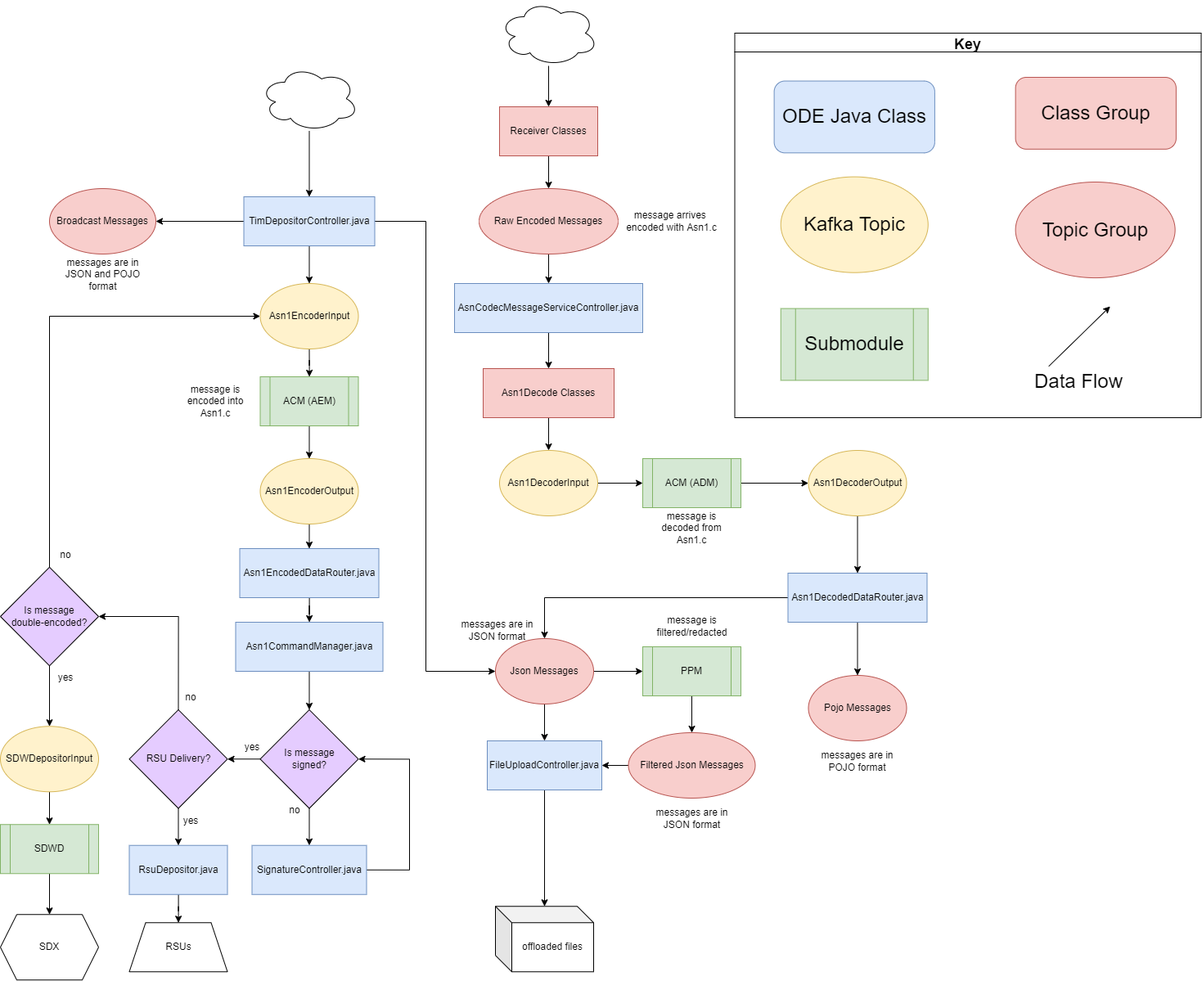
The draw.io diagram docs/data-flow-diagrams/ODE Data Flow Overview.drawio.png in usdot-jpo-ode/jpo-ode, before a commit. Source tidied: cells renumbered, new cells last; positions are measured from the earlier drawing's top-left corner, leaving out a move shared by most shapes.
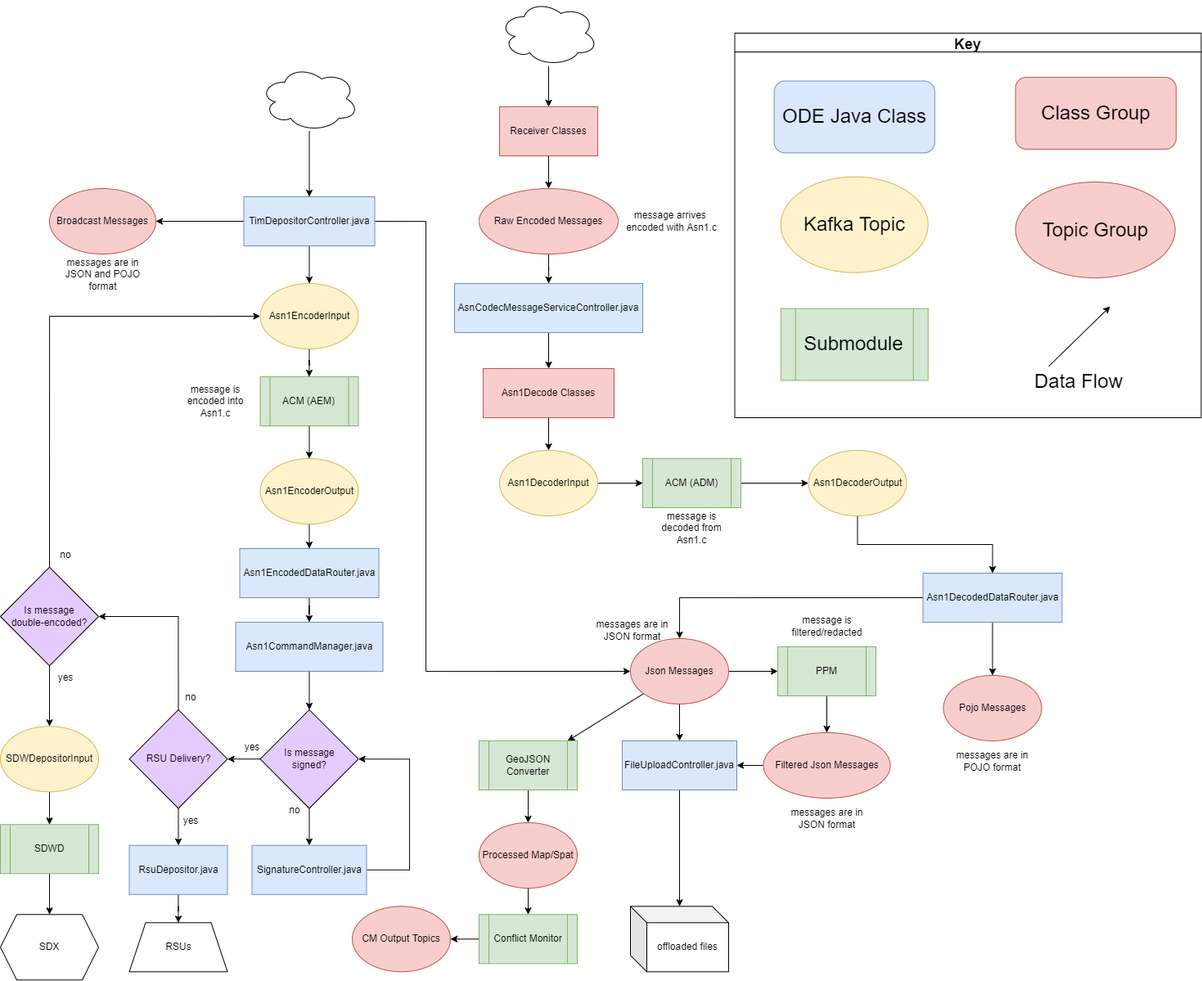
Above is the later version.

Commit message:
Updated data flow diagrams to include GeoJSON Converter & Conflict Monitor modules.

What changed in the source:
```diff
@@ -9,7 +9,7 @@
       <mxGeometry relative="1" as="geometry" />
     </mxCell>
     <mxCell id="4" value="Asn1DecodedDataRouter.java" style="rounded=0;whiteSpace=wrap;html=1;fillColor=#dae8fc;strokeColor=#6c8ebf;" parent="1" vertex="1">
-      <mxGeometry x="962.5" y="700" width="170" height="60" as="geometry" />
+      <mxGeometry x="1127.5" y="700" width="170" height="60" as="geometry" />
     </mxCell>
     <mxCell id="5" style="edgeStyle=orthogonalEdgeStyle;rounded=0;jettySize=auto;html=1;entryX=0;entryY=0.5;entryDx=0;entryDy=0;" parent="1" edge="1" source="6" target="12">
       <mxGeometry relative="1" as="geometry" />
@@ -39,7 +39,7 @@
       <mxGeometry relative="1" as="geometry" />
     </mxCell>
     <mxCell id="14" value="FileUploadController.java" style="rounded=0;whiteSpace=wrap;html=1;fillColor=#dae8fc;strokeColor=#6c8ebf;" parent="1" vertex="1">
-      <mxGeometry x="595" y="905" width="140" height="60" as="geometry" />
+      <mxGeometry x="760" y="905" width="140" height="60" as="geometry" />
     </mxCell>
     <mxCell id="15" style="edgeStyle=orthogonalEdgeStyle;rounded=0;jettySize=auto;html=1;entryX=0.5;entryY=0;entryDx=0;entryDy=0;" parent="1" edge="1" source="16" target="18">
       <mxGeometry relative="1" as="geometry" />
@@ -60,7 +60,7 @@
       <mxGeometry x="590" y="450" width="160" height="60" as="geometry" />
     </mxCell>
     <mxCell id="21" value="Pojo Messages" style="ellipse;whiteSpace=wrap;html=1;fillColor=#f8cecc;strokeColor=#b85450;" parent="1" vertex="1">
-      <mxGeometry x="987.5" y="825" width="120" height="80" as="geometry" />
+      <mxGeometry x="1152.5" y="825" width="120" height="80" as="geometry" />
     </mxCell>
     <mxCell id="22" style="edgeStyle=orthogonalEdgeStyle;rounded=0;jettySize=auto;html=1;" parent="1" edge="1" source="24" target="30">
       <mxGeometry relative="1" as="geometry" />
@@ -68,8 +68,11 @@
     <mxCell id="23" style="edgeStyle=orthogonalEdgeStyle;rounded=0;jettySize=auto;html=1;" parent="1" edge="1" source="24" target="14">
       <mxGeometry relative="1" as="geometry" />
     </mxCell>
+    <mxCell id="90" style="rounded=0;jettySize=auto;html=1;" parent="1" edge="1" source="24" target="92">
+      <mxGeometry relative="1" as="geometry" />
+    </mxCell>
     <mxCell id="24" value="Json Messages" style="ellipse;whiteSpace=wrap;html=1;fillColor=#f8cecc;strokeColor=#b85450;" parent="1" vertex="1">
-      <mxGeometry x="605" y="780" width="120" height="80" as="geometry" />
+      <mxGeometry x="770" y="780" width="120" height="80" as="geometry" />
     </mxCell>
     <mxCell id="25" style="edgeStyle=orthogonalEdgeStyle;rounded=0;jettySize=auto;html=1;entryX=0.5;entryY=0;entryDx=0;entryDy=0;" parent="1" edge="1" source="28" target="40">
       <mxGeometry relative="1" as="geometry" />
@@ -92,13 +95,13 @@
       <mxGeometry relative="1" as="geometry" />
     </mxCell>
     <mxCell id="30" value="PPM" style="shape=process;whiteSpace=wrap;html=1;backgroundOutline=1;fillColor=#d5e8d4;strokeColor=#82b366;" parent="1" vertex="1">
-      <mxGeometry x="785" y="790" width="120" height="60" as="geometry" />
+      <mxGeometry x="950" y="790" width="120" height="60" as="geometry" />
     </mxCell>
     <mxCell id="31" style="edgeStyle=orthogonalEdgeStyle;rounded=0;jettySize=auto;html=1;" parent="1" edge="1" source="32" target="14">
       <mxGeometry relative="1" as="geometry" />
     </mxCell>
     <mxCell id="32" value="Filtered Json Messages" style="ellipse;whiteSpace=wrap;html=1;fillColor=#f8cecc;strokeColor=#b85450;" parent="1" vertex="1">
-      <mxGeometry x="767.5" y="895" width="155" height="80" as="geometry" />
+      <mxGeometry x="932.5" y="895" width="155" height="80" as="geometry" />
     </mxCell>
     <mxCell id="33" style="edgeStyle=orthogonalEdgeStyle;rounded=0;jettySize=auto;html=1;entryX=0.5;entryY=0;entryDx=0;entryDy=0;" parent="1" edge="1" source="34" target="85">
       <mxGeometry relative="1" as="geometry" />
@@ -158,19 +161,19 @@
       <mxGeometry x="790" y="620" width="110" height="50" as="geometry" />
     </mxCell>
     <mxCell id="52" value="message is filtered/redacted" style="text;html=1;strokeColor=none;fillColor=none;align=center;verticalAlign=middle;whiteSpace=wrap;rounded=0;" parent="1" vertex="1">
-      <mxGeometry x="792.5" y="740" width="105" height="50" as="geometry" />
+      <mxGeometry x="957.5" y="740" width="105" height="50" as="geometry" />
     </mxCell>
     <mxCell id="53" value="message is encoded into Asn1.c" style="text;html=1;strokeColor=none;fillColor=none;align=center;verticalAlign=middle;whiteSpace=wrap;rounded=0;" parent="1" vertex="1">
       <mxGeometry x="207.5" y="465" width="110" height="50" as="geometry" />
     </mxCell>
     <mxCell id="54" value="messages are in POJO format" style="text;html=1;strokeColor=none;fillColor=none;align=center;verticalAlign=middle;whiteSpace=wrap;rounded=0;" parent="1" vertex="1">
-      <mxGeometry x="995" y="905" width="105" height="50" as="geometry" />
+      <mxGeometry x="1160" y="905" width="105" height="50" as="geometry" />
     </mxCell>
     <mxCell id="55" value="messages are in JSON format" style="text;html=1;strokeColor=none;fillColor=none;align=center;verticalAlign=middle;whiteSpace=wrap;rounded=0;" parent="1" vertex="1">
-      <mxGeometry x="555" y="745" width="105" height="50" as="geometry" />
+      <mxGeometry x="720" y="745" width="105" height="50" as="geometry" />
     </mxCell>
     <mxCell id="56" value="messages are in JSON format" style="text;html=1;strokeColor=none;fillColor=none;align=center;verticalAlign=middle;whiteSpace=wrap;rounded=0;" parent="1" vertex="1">
-      <mxGeometry x="792.5" y="975" width="105" height="50" as="geometry" />
+      <mxGeometry x="957.5" y="975" width="105" height="50" as="geometry" />
     </mxCell>
     <mxCell id="57" value="messages are in JSON and POJO format" style="text;html=1;strokeColor=none;fillColor=none;align=center;verticalAlign=middle;whiteSpace=wrap;rounded=0;" parent="1" vertex="1">
       <mxGeometry x="72.5" y="310" width="105" height="50" as="geometry" />
@@ -221,7 +224,7 @@
       <mxGeometry x="157.5" y="1032.8" width="120" height="60" as="geometry" />
     </mxCell>
     <mxCell id="72" value="offloaded files" style="shape=cube;whiteSpace=wrap;html=1;boundedLbl=1;backgroundOutline=1;darkOpacity=0.05;darkOpacity2=0.1;" parent="1" vertex="1">
-      <mxGeometry x="605" y="1107.2" width="120" height="80" as="geometry" />
+      <mxGeometry x="770" y="1107.2" width="120" height="80" as="geometry" />
     </mxCell>
     <mxCell id="73" style="edgeStyle=orthogonalEdgeStyle;rounded=0;jettySize=auto;html=1;" parent="1" edge="1" source="75" target="36">
       <mxGeometry relative="1" as="geometry" />
@@ -279,5 +282,26 @@
     <mxCell id="89" value="SignatureController.java" style="rounded=0;whiteSpace=wrap;html=1;fillColor=#dae8fc;strokeColor=#6c8ebf;" parent="1" vertex="1">
       <mxGeometry x="307.5" y="1032.8" width="140" height="60" as="geometry" />
     </mxCell>
+    <mxCell id="91" style="edgeStyle=none;rounded=0;jettySize=auto;html=1;" parent="1" edge="1" source="92" target="94">
+      <mxGeometry relative="1" as="geometry" />
+    </mxCell>
+    <mxCell id="92" value="GeoJSON Converter" style="shape=process;whiteSpace=wrap;html=1;backgroundOutline=1;fillColor=#d5e8d4;strokeColor=#82b366;" parent="1" vertex="1">
+      <mxGeometry x="585" y="905" width="120" height="60" as="geometry" />
+    </mxCell>
+    <mxCell id="93" style="edgeStyle=none;rounded=0;jettySize=auto;html=1;" parent="1" edge="1" source="94" target="96">
+      <mxGeometry relative="1" as="geometry" />
+    </mxCell>
+    <mxCell id="94" value="Processed Map/Spat" style="ellipse;whiteSpace=wrap;html=1;fillColor=#f8cecc;strokeColor=#b85450;" parent="1" vertex="1">
+      <mxGeometry x="585" y="1005" width="120" height="80" as="geometry" />
+    </mxCell>
+    <mxCell id="95" style="edgeStyle=none;rounded=0;jettySize=auto;html=1;" parent="1" edge="1" source="96" target="97">
+      <mxGeometry relative="1" as="geometry" />
+    </mxCell>
+    <mxCell id="96" value="Conflict Monitor" style="shape=process;whiteSpace=wrap;html=1;backgroundOutline=1;fillColor=#d5e8d4;strokeColor=#82b366;" parent="1" vertex="1">
+      <mxGeometry x="585" y="1117.2" width="120" height="60" as="geometry" />
+    </mxCell>
+    <mxCell id="97" value="CM Output Topics" style="ellipse;whiteSpace=wrap;html=1;fillColor=#f8cecc;strokeColor=#b85450;" parent="1" vertex="1">
+      <mxGeometry x="430" y="1107.2" width="120" height="80" as="geometry" />
+    </mxCell>
   </root>
 </mxGraphModel>
```
